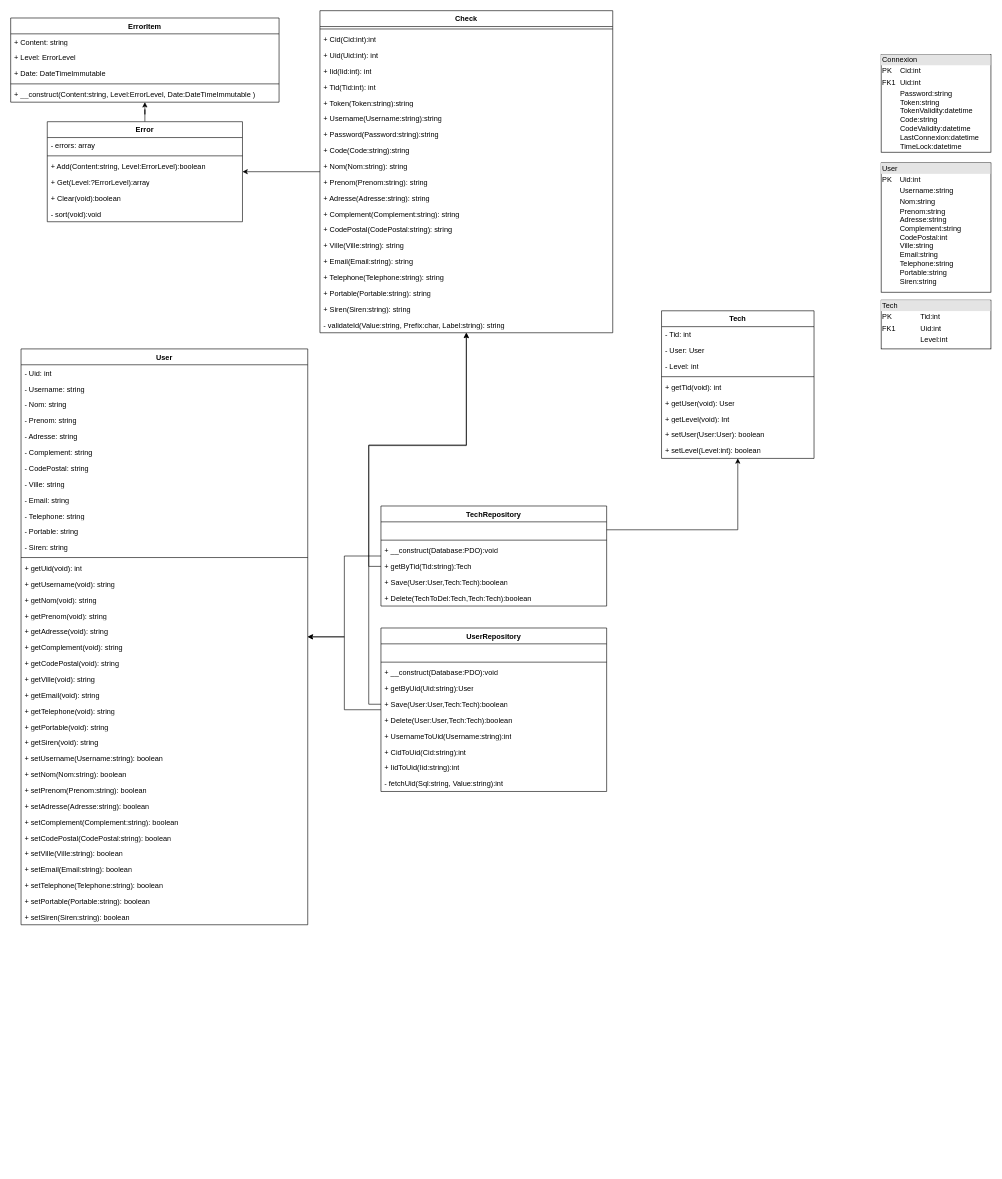
The draw.io diagram Docs/Diagram/ClassDiagram.drawio in ROYJohan08/RJI-User.royjohan.fr, before the edit. Source tidied: cells renumbered, new cells numbered last; positions are measured from the earlier drawing's top-left corner, leaving out a move shared by most shapes. Both pictures are drawn from the tidied source at 61%, with x=0, y=0 at pixel (10, 10).
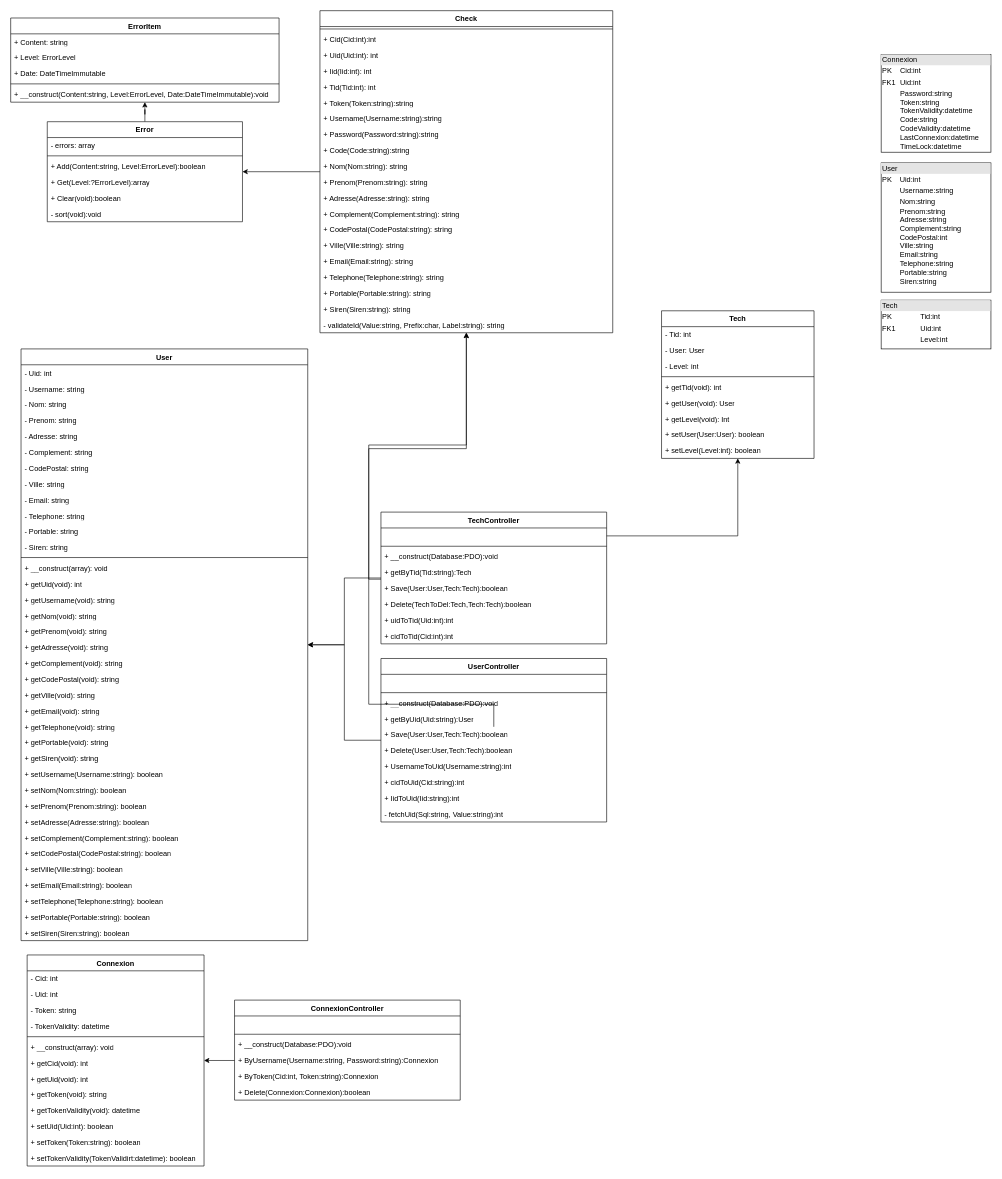
The same page after the edit.

Commit message:
Add Connexion & Connexion controller

Unchanged cells that the change refers to:
```xml
<mxCell id="43" value="Check" style="swimlane;fontStyle=1;align=center;verticalAlign=top;horizontal=1;startSize=26;whiteSpace=wrap;html=1;" parent="1" vertex="1">
  <mxGeometry x="507" width="480" height="528" as="geometry" />
</mxCell>
<mxCell id="99" value="+ getByTid(Tid:string):Tech" style="text;strokeColor=none;fillColor=none;align=left;verticalAlign=top;spacingLeft=4;spacingRight=4;overflow=hidden;points=[[0,0.5],[1,0.5]];portConstraint=eastwest;whiteSpace=wrap;html=1;" parent="95" vertex="1">
  <mxGeometry y="86" width="370" height="26" as="geometry" />
</mxCell>
<mxCell id="102" value="ErrorItem" style="swimlane;fontStyle=1;align=center;verticalAlign=top;horizontal=1;startSize=26;whiteSpace=wrap;html=1;" parent="1" vertex="1">
  <mxGeometry y="12" width="440" height="138" as="geometry" />
</mxCell>
```

What changed in the source:
```diff
@@
     <mxCell id="5" value="&lt;div&gt;User&lt;/div&gt;" style="swimlane;fontStyle=1;align=center;verticalAlign=top;horizontal=1;startSize=26;whiteSpace=wrap;html=1;" parent="1" vertex="1">
-      <mxGeometry x="17" y="554.5" width="470" height="944" as="geometry" />
+      <mxGeometry x="17" y="554.5" width="470" height="970" as="geometry" />
     </mxCell>
@@
+    <mxCell id="111" value="+ __construct(array): void" style="text;strokeColor=none;fillColor=none;align=left;verticalAlign=top;spacingLeft=4;spacingRight=4;overflow=hidden;whiteSpace=wrap;html=1;" parent="5" vertex="1">
+      <mxGeometry y="346" width="470" height="26" as="geometry" />
+    </mxCell>
     <mxCell id="19" value="+ getUid(void): int" style="text;strokeColor=none;fillColor=none;align=left;verticalAlign=top;spacingLeft=4;spacingRight=4;overflow=hidden;whiteSpace=wrap;html=1;" parent="5" vertex="1">
-      <mxGeometry y="346" width="470" height="26" as="geometry" />
+      <mxGeometry y="372" width="470" height="26" as="geometry" />
     </mxCell>
     <mxCell id="20" value="+ getUsername(void): string" style="text;strokeColor=none;fillColor=none;align=left;verticalAlign=top;spacingLeft=4;spacingRight=4;overflow=hidden;whiteSpace=wrap;html=1;" parent="5" vertex="1">
-      <mxGeometry y="372" width="470" height="26" as="geometry" />
+      <mxGeometry y="398" width="470" height="26" as="geometry" />
     </mxCell>
     <mxCell id="21" value="+ getNom(void): string" style="text;strokeColor=none;fillColor=none;align=left;verticalAlign=top;spacingLeft=4;spacingRight=4;overflow=hidden;whiteSpace=wrap;html=1;" parent="5" vertex="1">
-      <mxGeometry y="398" width="470" height="26" as="geometry" />
+      <mxGeometry y="424" width="470" height="26" as="geometry" />
     </mxCell>
     <mxCell id="22" value="+ getPrenom(void): string" style="text;strokeColor=none;fillColor=none;align=left;verticalAlign=top;spacingLeft=4;spacingRight=4;overflow=hidden;whiteSpace=wrap;html=1;" parent="5" vertex="1">
-      <mxGeometry y="424" width="470" height="26" as="geometry" />
+      <mxGeometry y="450" width="470" height="26" as="geometry" />
     </mxCell>
     <mxCell id="23" value="+ getAdresse(void): string" style="text;strokeColor=none;fillColor=none;align=left;verticalAlign=top;spacingLeft=4;spacingRight=4;overflow=hidden;whiteSpace=wrap;html=1;" parent="5" vertex="1">
-      <mxGeometry y="450" width="470" height="26" as="geometry" />
+      <mxGeometry y="476" width="470" height="26" as="geometry" />
     </mxCell>
     <mxCell id="24" value="+ getComplement(void): string" style="text;strokeColor=none;fillColor=none;align=left;verticalAlign=top;spacingLeft=4;spacingRight=4;overflow=hidden;whiteSpace=wrap;html=1;" parent="5" vertex="1">
-      <mxGeometry y="476" width="470" height="26" as="geometry" />
+      <mxGeometry y="502" width="470" height="26" as="geometry" />
     </mxCell>
     <mxCell id="25" value="&lt;div&gt;+ getCodePostal(void): string&lt;/div&gt;" style="text;strokeColor=none;fillColor=none;align=left;verticalAlign=top;spacingLeft=4;spacingRight=4;overflow=hidden;whiteSpace=wrap;html=1;" parent="5" vertex="1">
-      <mxGeometry y="502" width="470" height="26" as="geometry" />
+      <mxGeometry y="528" width="470" height="26" as="geometry" />
     </mxCell>
     <mxCell id="26" value="&lt;div&gt;+ getVille(void): string&lt;/div&gt;" style="text;strokeColor=none;fillColor=none;align=left;verticalAlign=top;spacingLeft=4;spacingRight=4;overflow=hidden;whiteSpace=wrap;html=1;" parent="5" vertex="1">
-      <mxGeometry y="528" width="470" height="26" as="geometry" />
+      <mxGeometry y="554" width="470" height="26" as="geometry" />
     </mxCell>
     <mxCell id="27" value="&lt;div&gt;+ getEmail(void): string&lt;/div&gt;" style="text;strokeColor=none;fillColor=none;align=left;verticalAlign=top;spacingLeft=4;spacingRight=4;overflow=hidden;whiteSpace=wrap;html=1;" parent="5" vertex="1">
-      <mxGeometry y="554" width="470" height="26" as="geometry" />
+      <mxGeometry y="580" width="470" height="26" as="geometry" />
     </mxCell>
     <mxCell id="28" value="&lt;div&gt;+ getTelephone(void): string&lt;/div&gt;" style="text;strokeColor=none;fillColor=none;align=left;verticalAlign=top;spacingLeft=4;spacingRight=4;overflow=hidden;whiteSpace=wrap;html=1;" parent="5" vertex="1">
-      <mxGeometry y="580" width="470" height="26" as="geometry" />
+      <mxGeometry y="606" width="470" height="26" as="geometry" />
     </mxCell>
     <mxCell id="29" value="&lt;div&gt;+ getPortable(void): string&lt;/div&gt;" style="text;strokeColor=none;fillColor=none;align=left;verticalAlign=top;spacingLeft=4;spacingRight=4;overflow=hidden;whiteSpace=wrap;html=1;" parent="5" vertex="1">
-      <mxGeometry y="606" width="470" height="26" as="geometry" />
+      <mxGeometry y="632" width="470" height="26" as="geometry" />
     </mxCell>
     <mxCell id="30" value="&lt;div&gt;+ getSiren(void): string&lt;/div&gt;" style="text;strokeColor=none;fillColor=none;align=left;verticalAlign=top;spacingLeft=4;spacingRight=4;overflow=hidden;whiteSpace=wrap;html=1;" parent="5" vertex="1">
-      <mxGeometry y="632" width="470" height="26" as="geometry" />
+      <mxGeometry y="658" width="470" height="26" as="geometry" />
     </mxCell>
     <mxCell id="31" value="&lt;div&gt;+ setUsername(Username:string): boolean&lt;/div&gt;" style="text;strokeColor=none;fillColor=none;align=left;verticalAlign=top;spacingLeft=4;spacingRight=4;overflow=hidden;whiteSpace=wrap;html=1;" parent="5" vertex="1">
-      <mxGeometry y="658" width="470" height="26" as="geometry" />
+      <mxGeometry y="684" width="470" height="26" as="geometry" />
     </mxCell>
     <mxCell id="32" value="&lt;div&gt;+ setNom(Nom:string): boolean&lt;/div&gt;" style="text;strokeColor=none;fillColor=none;align=left;verticalAlign=top;spacingLeft=4;spacingRight=4;overflow=hidden;whiteSpace=wrap;html=1;" parent="5" vertex="1">
-      <mxGeometry y="684" width="470" height="26" as="geometry" />
+      <mxGeometry y="710" width="470" height="26" as="geometry" />
     </mxCell>
     <mxCell id="33" value="&lt;div&gt;+ setPrenom(Prenom:string): boolean&lt;/div&gt;" style="text;strokeColor=none;fillColor=none;align=left;verticalAlign=top;spacingLeft=4;spacingRight=4;overflow=hidden;whiteSpace=wrap;html=1;" parent="5" vertex="1">
-      <mxGeometry y="710" width="470" height="26" as="geometry" />
+      <mxGeometry y="736" width="470" height="26" as="geometry" />
     </mxCell>
     <mxCell id="34" value="&lt;div&gt;+ setAdresse(Adresse:string): boolean&lt;/div&gt;" style="text;strokeColor=none;fillColor=none;align=left;verticalAlign=top;spacingLeft=4;spacingRight=4;overflow=hidden;whiteSpace=wrap;html=1;" parent="5" vertex="1">
-      <mxGeometry y="736" width="470" height="26" as="geometry" />
+      <mxGeometry y="762" width="470" height="26" as="geometry" />
     </mxCell>
     <mxCell id="35" value="&lt;div&gt;+ setComplement(Complement:string): boolean&lt;/div&gt;" style="text;strokeColor=none;fillColor=none;align=left;verticalAlign=top;spacingLeft=4;spacingRight=4;overflow=hidden;whiteSpace=wrap;html=1;" parent="5" vertex="1">
-      <mxGeometry y="762" width="470" height="26" as="geometry" />
+      <mxGeometry y="788" width="470" height="26" as="geometry" />
     </mxCell>
     <mxCell id="36" value="&lt;div&gt;+ setCodePostal(CodePostal:string): boolean&lt;/div&gt;" style="text;strokeColor=none;fillColor=none;align=left;verticalAlign=top;spacingLeft=4;spacingRight=4;overflow=hidden;whiteSpace=wrap;html=1;" parent="5" vertex="1">
-      <mxGeometry y="788" width="470" height="26" as="geometry" />
+      <mxGeometry y="814" width="470" height="26" as="geometry" />
     </mxCell>
     <mxCell id="37" value="&lt;div&gt;+ setVille(Ville:string): boolean&lt;/div&gt;" style="text;strokeColor=none;fillColor=none;align=left;verticalAlign=top;spacingLeft=4;spacingRight=4;overflow=hidden;whiteSpace=wrap;html=1;" parent="5" vertex="1">
-      <mxGeometry y="814" width="470" height="26" as="geometry" />
+      <mxGeometry y="840" width="470" height="26" as="geometry" />
     </mxCell>
     <mxCell id="38" value="&lt;div&gt;+ setEmail(Email:string): boolean&lt;/div&gt;" style="text;strokeColor=none;fillColor=none;align=left;verticalAlign=top;spacingLeft=4;spacingRight=4;overflow=hidden;whiteSpace=wrap;html=1;" parent="5" vertex="1">
-      <mxGeometry y="840" width="470" height="26" as="geometry" />
+      <mxGeometry y="866" width="470" height="26" as="geometry" />
     </mxCell>
     <mxCell id="39" value="&lt;div&gt;+ setTelephone(Telephone:string): boolean&lt;/div&gt;" style="text;strokeColor=none;fillColor=none;align=left;verticalAlign=top;spacingLeft=4;spacingRight=4;overflow=hidden;whiteSpace=wrap;html=1;" parent="5" vertex="1">
-      <mxGeometry y="866" width="470" height="26" as="geometry" />
+      <mxGeometry y="892" width="470" height="26" as="geometry" />
     </mxCell>
     <mxCell id="40" value="&lt;div&gt;+ setPortable(Portable:string): boolean&lt;/div&gt;" style="text;strokeColor=none;fillColor=none;align=left;verticalAlign=top;spacingLeft=4;spacingRight=4;overflow=hidden;whiteSpace=wrap;html=1;" parent="5" vertex="1">
-      <mxGeometry y="892" width="470" height="26" as="geometry" />
+      <mxGeometry y="918" width="470" height="26" as="geometry" />
     </mxCell>
     <mxCell id="41" value="&lt;div&gt;+ setSiren(Siren:string): boolean&lt;/div&gt;" style="text;strokeColor=none;fillColor=none;align=left;verticalAlign=top;spacingLeft=4;spacingRight=4;overflow=hidden;whiteSpace=wrap;html=1;" parent="5" vertex="1">
-      <mxGeometry y="918" width="470" height="26" as="geometry" />
+      <mxGeometry y="944" width="470" height="26" as="geometry" />
     </mxCell>
@@
-    <mxCell id="73" value="UserRepository" style="swimlane;fontStyle=1;align=center;verticalAlign=top;horizontal=1;startSize=26;whiteSpace=wrap;html=1;" parent="1" vertex="1">
-      <mxGeometry x="607" y="1012" width="370" height="268" as="geometry" />
+    <mxCell id="73" value="UserController" style="swimlane;fontStyle=1;align=center;verticalAlign=top;horizontal=1;startSize=26;whiteSpace=wrap;html=1;" parent="1" vertex="1">
+      <mxGeometry x="607" y="1062" width="370" height="268" as="geometry" />
     </mxCell>
@@
-    <mxCell id="81" value="+ CidToUid(Cid:string):int" style="text;strokeColor=none;fillColor=none;align=left;verticalAlign=top;spacingLeft=4;spacingRight=4;overflow=hidden;whiteSpace=wrap;html=1;" parent="73" vertex="1">
+    <mxCell id="81" value="+ cidToUid(Cid:string):int" style="text;strokeColor=none;fillColor=none;align=left;verticalAlign=top;spacingLeft=4;spacingRight=4;overflow=hidden;whiteSpace=wrap;html=1;" parent="73" vertex="1">
       <mxGeometry y="190" width="370" height="26" as="geometry" />
     </mxCell>
@@
-    <mxCell id="95" value="TechRepository" style="swimlane;fontStyle=1;align=center;verticalAlign=top;horizontal=1;startSize=26;whiteSpace=wrap;html=1;" parent="1" vertex="1">
-      <mxGeometry x="607" y="812" width="370" height="164" as="geometry" />
+    <mxCell id="95" value="TechController" style="swimlane;fontStyle=1;align=center;verticalAlign=top;horizontal=1;startSize=26;whiteSpace=wrap;html=1;" parent="1" vertex="1">
+      <mxGeometry x="607" y="822" width="370" height="216" as="geometry" />
     </mxCell>
@@
+    <mxCell id="112" value="+ uidToTid(Uid:int):int" style="text;strokeColor=none;fillColor=none;align=left;verticalAlign=top;spacingLeft=4;spacingRight=4;overflow=hidden;whiteSpace=wrap;html=1;" parent="95" vertex="1">
+      <mxGeometry y="164" width="370" height="26" as="geometry" />
+    </mxCell>
+    <mxCell id="113" value="+ cidToTid(Cid:int):int" style="text;strokeColor=none;fillColor=none;align=left;verticalAlign=top;spacingLeft=4;spacingRight=4;overflow=hidden;whiteSpace=wrap;html=1;" parent="95" vertex="1">
+      <mxGeometry y="190" width="370" height="26" as="geometry" />
+    </mxCell>
@@
-    <mxCell id="107" value="+ __construct(Content:string, Level:ErrorLevel, Date:DateTimeImmutable )" style="text;strokeColor=none;fillColor=none;align=left;verticalAlign=top;spacingLeft=4;spacingRight=4;overflow=hidden;whiteSpace=wrap;html=1;" parent="102" vertex="1">
+    <mxCell id="107" value="+ __construct(Content:string, Level:ErrorLevel, Date:DateTimeImmutable):void" style="text;strokeColor=none;fillColor=none;align=left;verticalAlign=top;spacingLeft=4;spacingRight=4;overflow=hidden;whiteSpace=wrap;html=1;" parent="102" vertex="1">
       <mxGeometry y="112" width="440" height="26" as="geometry" />
     </mxCell>
     <mxCell id="108" style="edgeStyle=orthogonalEdgeStyle;rounded=0;jettySize=auto;html=1;" parent="1" edge="1" source="99" target="43">
-      <mxGeometry relative="1" as="geometry" />
+      <mxGeometry relative="1" as="geometry">
+        <Array as="points">
+          <mxPoint x="587" y="932" />
+          <mxPoint x="587" y="718" />
+          <mxPoint x="747" y="718" />
+        </Array>
+      </mxGeometry>
     </mxCell>
@@
+    <mxCell id="114" value="Connexion" style="swimlane;fontStyle=1;align=center;verticalAlign=top;horizontal=1;startSize=26;whiteSpace=wrap;html=1;" parent="1" vertex="1">
+      <mxGeometry x="27" y="1548" width="290" height="346" as="geometry" />
+    </mxCell>
+    <mxCell id="115" value="- Cid: int" style="text;strokeColor=none;fillColor=none;align=left;verticalAlign=top;spacingLeft=4;spacingRight=4;overflow=hidden;whiteSpace=wrap;html=1;" parent="114" vertex="1">
+      <mxGeometry y="26" width="290" height="26" as="geometry" />
+    </mxCell>
+    <mxCell id="116" value="- Uid: int" style="text;strokeColor=none;fillColor=none;align=left;verticalAlign=top;spacingLeft=4;spacingRight=4;overflow=hidden;whiteSpace=wrap;html=1;" parent="114" vertex="1">
+      <mxGeometry y="52" width="290" height="26" as="geometry" />
+    </mxCell>
+    <mxCell id="117" value="- Token: string" style="text;strokeColor=none;fillColor=none;align=left;verticalAlign=top;spacingLeft=4;spacingRight=4;overflow=hidden;whiteSpace=wrap;html=1;" parent="114" vertex="1">
+      <mxGeometry y="78" width="290" height="26" as="geometry" />
+    </mxCell>
+    <mxCell id="118" value="- TokenValidity: datetime" style="text;strokeColor=none;fillColor=none;align=left;verticalAlign=top;spacingLeft=4;spacingRight=4;overflow=hidden;whiteSpace=wrap;html=1;" parent="114" vertex="1">
+      <mxGeometry y="104" width="290" height="26" as="geometry" />
+    </mxCell>
+    <mxCell id="119" style="line;strokeWidth=1;fillColor=none;align=left;verticalAlign=middle;spacingTop=-1;spacingLeft=3;spacingRight=3;labelPosition=right;strokeColor=inherit;" parent="114" vertex="1">
+      <mxGeometry y="130" width="290" height="8" as="geometry" />
+    </mxCell>
+    <mxCell id="120" value="+ __construct(array): void" style="text;strokeColor=none;fillColor=none;align=left;verticalAlign=top;spacingLeft=4;spacingRight=4;overflow=hidden;whiteSpace=wrap;html=1;" parent="114" vertex="1">
+      <mxGeometry y="138" width="290" height="26" as="geometry" />
+    </mxCell>
+    <mxCell id="121" value="+ getCid(void): int" style="text;strokeColor=none;fillColor=none;align=left;verticalAlign=top;spacingLeft=4;spacingRight=4;overflow=hidden;whiteSpace=wrap;html=1;" parent="114" vertex="1">
+      <mxGeometry y="164" width="290" height="26" as="geometry" />
+    </mxCell>
+    <mxCell id="122" value="+ getUid(void): int" style="text;strokeColor=none;fillColor=none;align=left;verticalAlign=top;spacingLeft=4;spacingRight=4;overflow=hidden;whiteSpace=wrap;html=1;" parent="114" vertex="1">
+      <mxGeometry y="190" width="290" height="26" as="geometry" />
+    </mxCell>
+    <mxCell id="123" value="+ getToken(void): string" style="text;strokeColor=none;fillColor=none;align=left;verticalAlign=top;spacingLeft=4;spacingRight=4;overflow=hidden;whiteSpace=wrap;html=1;" parent="114" vertex="1">
+      <mxGeometry y="216" width="290" height="26" as="geometry" />
+    </mxCell>
+    <mxCell id="124" value="+ getTokenValidity(void): datetime" style="text;strokeColor=none;fillColor=none;align=left;verticalAlign=top;spacingLeft=4;spacingRight=4;overflow=hidden;whiteSpace=wrap;html=1;" parent="114" vertex="1">
+      <mxGeometry y="242" width="290" height="26" as="geometry" />
+    </mxCell>
+    <mxCell id="125" value="+ setUid(Uid:int): boolean" style="text;strokeColor=none;fillColor=none;align=left;verticalAlign=top;spacingLeft=4;spacingRight=4;overflow=hidden;whiteSpace=wrap;html=1;" parent="114" vertex="1">
+      <mxGeometry y="268" width="290" height="26" as="geometry" />
+    </mxCell>
+    <mxCell id="126" value="+ setToken(Token:string): boolean" style="text;strokeColor=none;fillColor=none;align=left;verticalAlign=top;spacingLeft=4;spacingRight=4;overflow=hidden;whiteSpace=wrap;html=1;" parent="114" vertex="1">
+      <mxGeometry y="294" width="290" height="26" as="geometry" />
+    </mxCell>
+    <mxCell id="127" value="+ setTokenValidity(TokenValidirt:datetime): boolean" style="text;strokeColor=none;fillColor=none;align=left;verticalAlign=top;spacingLeft=4;spacingRight=4;overflow=hidden;whiteSpace=wrap;html=1;" parent="114" vertex="1">
+      <mxGeometry y="320" width="290" height="26" as="geometry" />
+    </mxCell>
+    <mxCell id="128" value="ConnexionController" style="swimlane;fontStyle=1;align=center;verticalAlign=top;horizontal=1;startSize=26;whiteSpace=wrap;html=1;" parent="1" vertex="1">
+      <mxGeometry x="367" y="1622" width="370" height="164" as="geometry" />
+    </mxCell>
+    <mxCell id="129" value="&lt;div&gt;&lt;br&gt;&lt;/div&gt;&lt;div&gt;&lt;br&gt;&lt;/div&gt;" style="text;strokeColor=none;fillColor=none;align=left;verticalAlign=top;spacingLeft=4;spacingRight=4;overflow=hidden;whiteSpace=wrap;html=1;" parent="128" vertex="1">
+      <mxGeometry y="26" width="370" height="26" as="geometry" />
+    </mxCell>
+    <mxCell id="130" style="line;strokeWidth=1;fillColor=none;align=left;verticalAlign=middle;spacingTop=-1;spacingLeft=3;spacingRight=3;labelPosition=right;strokeColor=inherit;" parent="128" vertex="1">
+      <mxGeometry y="52" width="370" height="8" as="geometry" />
+    </mxCell>
+    <mxCell id="131" value="&lt;div&gt;+ __construct(Database:PDO):void&lt;/div&gt;" style="text;strokeColor=none;fillColor=none;align=left;verticalAlign=top;spacingLeft=4;spacingRight=4;overflow=hidden;whiteSpace=wrap;html=1;" parent="128" vertex="1">
+      <mxGeometry y="60" width="370" height="26" as="geometry" />
+    </mxCell>
+    <mxCell id="132" value="&lt;div&gt;+ ByUsername(Username:string, Password:string):Connexion&lt;/div&gt;" style="text;strokeColor=none;fillColor=none;align=left;verticalAlign=top;spacingLeft=4;spacingRight=4;overflow=hidden;points=[[0,0.5],[1,0.5]];portConstraint=eastwest;whiteSpace=wrap;html=1;" parent="128" vertex="1">
+      <mxGeometry y="86" width="370" height="26" as="geometry" />
+    </mxCell>
+    <mxCell id="133" value="&lt;div&gt;+ ByToken(Cid:int, Token:string):Connexion&lt;/div&gt;" style="text;strokeColor=none;fillColor=none;align=left;verticalAlign=top;spacingLeft=4;spacingRight=4;overflow=hidden;whiteSpace=wrap;html=1;" parent="128" vertex="1">
+      <mxGeometry y="112" width="370" height="26" as="geometry" />
+    </mxCell>
+    <mxCell id="134" value="&lt;div&gt;+ Delete(Connexion:Connexion):boolean&lt;/div&gt;" style="text;strokeColor=none;fillColor=none;align=left;verticalAlign=top;spacingLeft=4;spacingRight=4;overflow=hidden;whiteSpace=wrap;html=1;" parent="128" vertex="1">
+      <mxGeometry y="138" width="370" height="26" as="geometry" />
+    </mxCell>
+    <mxCell id="135" style="edgeStyle=orthogonalEdgeStyle;rounded=0;jettySize=auto;html=1;" parent="1" edge="1" source="132" target="114">
+      <mxGeometry relative="1" as="geometry" />
+    </mxCell>
```
